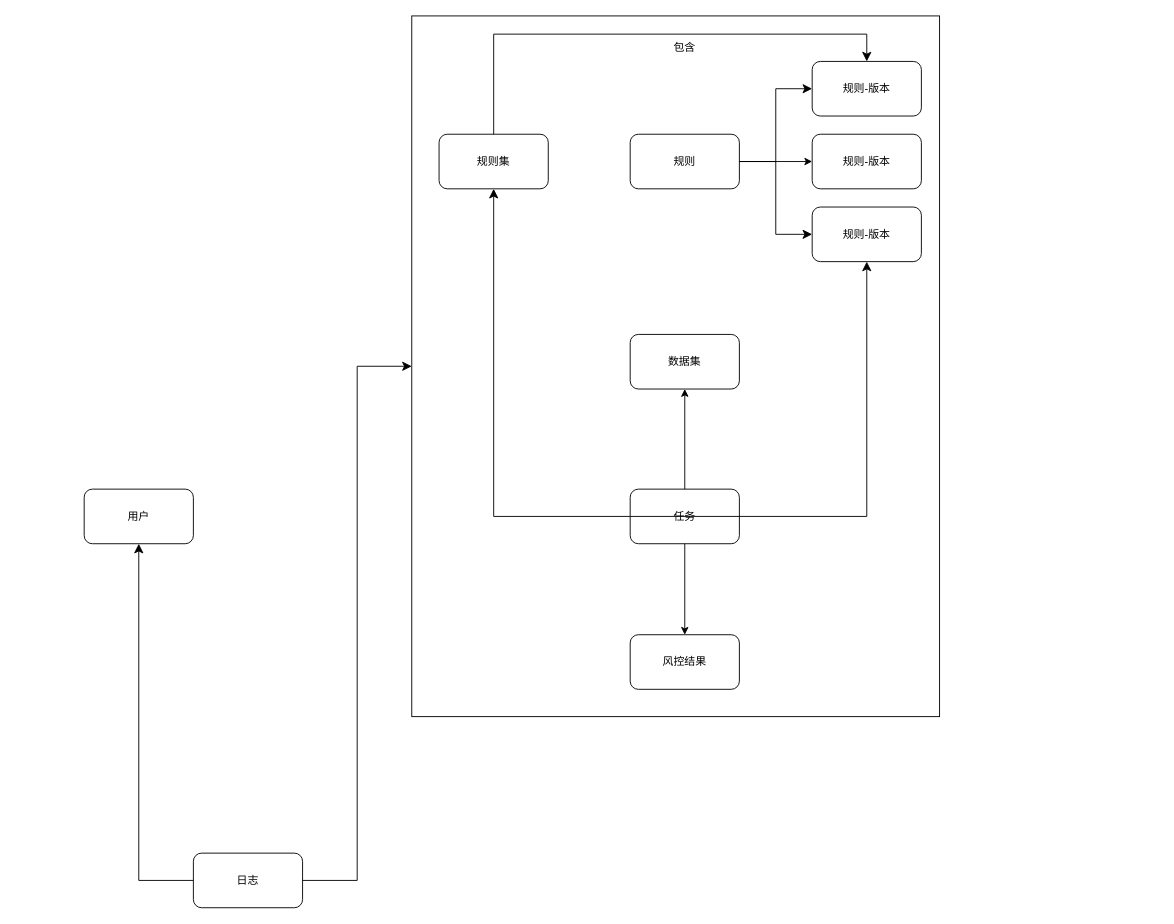
The draw.io diagram page "业务核心概念" (2 of 2) of 社保架构设计图.drawio in XiaoLiuAI/diagrams, before the edit. Source tidied: cells renumbered, new cells numbered last; positions are measured from the earlier drawing's top-left corner, leaving out a move shared by most shapes. Both pictures are drawn from the tidied source at 91%, with x=0, y=0 at pixel (84, 15).
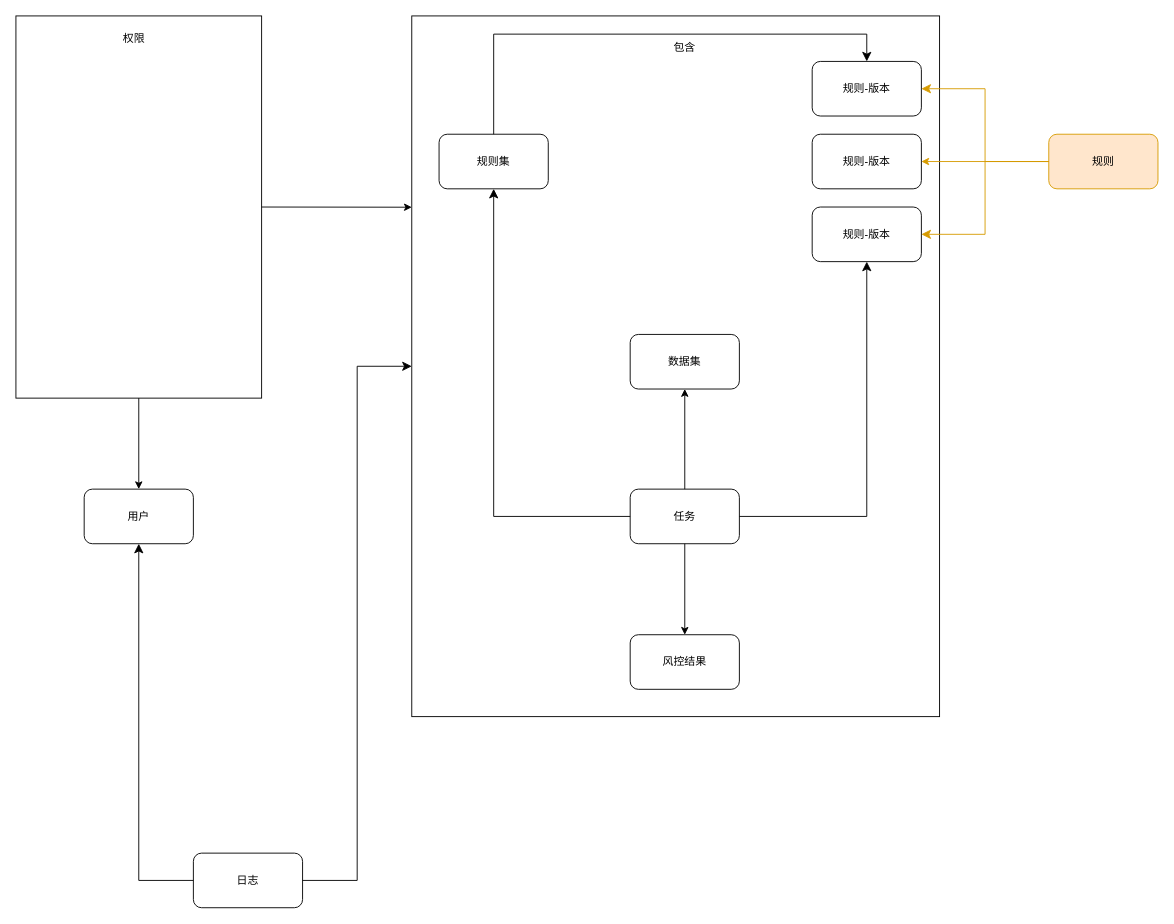
Above is the later version.

Commit message:
更新社保架构设计图.drawio

Unchanged cells that the change refers to:
```xml
<mxCell id="2" style="rounded=0;whiteSpace=wrap;html=1;" parent="1" vertex="1">
  <mxGeometry x="360" width="580" height="770" as="geometry" />
</mxCell>
<mxCell id="4" value="规则-版本" style="rounded=1;whiteSpace=wrap;html=1;" parent="1" vertex="1">
  <mxGeometry x="800" y="50" width="120" height="60" as="geometry" />
</mxCell>
<mxCell id="5" value="规则-版本" style="rounded=1;whiteSpace=wrap;html=1;" parent="1" vertex="1">
  <mxGeometry x="800" y="130" width="120" height="60" as="geometry" />
</mxCell>
<mxCell id="6" value="规则-版本" style="rounded=1;whiteSpace=wrap;html=1;" parent="1" vertex="1">
  <mxGeometry x="800" y="210" width="120" height="60" as="geometry" />
</mxCell>
<mxCell id="12" value="任务" style="rounded=1;whiteSpace=wrap;html=1;" parent="1" vertex="1">
  <mxGeometry x="600" y="520" width="120" height="60" as="geometry" />
</mxCell>
<mxCell id="13" value="用户" style="rounded=1;whiteSpace=wrap;html=1;" parent="1" vertex="1">
  <mxGeometry y="520" width="120" height="60" as="geometry" />
</mxCell>
```

The edit, as a diff of the source:
```diff
@@
-    <mxCell id="3" value="规则" style="rounded=1;whiteSpace=wrap;html=1;" parent="1" vertex="1">
-      <mxGeometry x="600" y="130" width="120" height="60" as="geometry" />
+    <mxCell id="3" value="规则" style="rounded=1;whiteSpace=wrap;html=1;fillColor=#ffe6cc;strokeColor=#D79B00;" parent="1" vertex="1">
+      <mxGeometry x="1060" y="130" width="120" height="60" as="geometry" />
     </mxCell>
@@
-    <mxCell id="7" style="edgeStyle=elbowEdgeStyle;elbow=horizontal;endArrow=classic;html=1;curved=0;rounded=0;endSize=8;startSize=8;entryX=0;entryY=0.5;entryDx=0;entryDy=0;exitX=1;exitY=0.5;exitDx=0;exitDy=0;" parent="1" edge="1" source="3" target="4">
+    <mxCell id="7" style="edgeStyle=elbowEdgeStyle;elbow=horizontal;endArrow=classic;html=1;curved=0;rounded=0;endSize=8;startSize=8;entryX=1;entryY=0.5;entryDx=0;entryDy=0;exitX=0;exitY=0.5;exitDx=0;exitDy=0;fillColor=#ffe6cc;strokeColor=#D79B00;" parent="1" edge="1" source="3" target="4">
       <mxGeometry relative="1" as="geometry" />
     </mxCell>
-    <mxCell id="8" style="endArrow=classic;html=1;rounded=0;entryX=0;entryY=0.5;entryDx=0;entryDy=0;exitX=1;exitY=0.5;exitDx=0;exitDy=0;" parent="1" edge="1" source="3" target="5">
+    <mxCell id="8" style="endArrow=classic;html=1;rounded=0;exitX=0;exitY=0.5;exitDx=0;exitDy=0;fillColor=#ffe6cc;strokeColor=#D79B00;" parent="1" edge="1" source="3" target="5">
       <mxGeometry relative="1" as="geometry" />
     </mxCell>
-    <mxCell id="9" style="edgeStyle=elbowEdgeStyle;elbow=horizontal;endArrow=classic;html=1;curved=0;rounded=0;endSize=8;startSize=8;entryX=0;entryY=0.5;entryDx=0;entryDy=0;exitX=1;exitY=0.5;exitDx=0;exitDy=0;" parent="1" edge="1" source="3" target="6">
+    <mxCell id="9" style="edgeStyle=elbowEdgeStyle;elbow=horizontal;endArrow=classic;html=1;curved=0;rounded=0;endSize=8;startSize=8;entryX=1;entryY=0.5;entryDx=0;entryDy=0;exitX=0;exitY=0.5;exitDx=0;exitDy=0;fillColor=#ffe6cc;strokeColor=#D79B00;" parent="1" edge="1" source="3" target="6">
       <mxGeometry relative="1" as="geometry" />
     </mxCell>
@@
-    <mxCell id="16" style="edgeStyle=elbowEdgeStyle;elbow=horizontal;endArrow=classic;html=1;curved=0;rounded=0;endSize=8;startSize=8;exitX=0;exitY=0.5;exitDx=0;exitDy=0;entryX=0.5;entryY=1;entryDx=0;entryDy=0;" parent="1" edge="1" source="12" target="6">
+    <mxCell id="16" style="edgeStyle=elbowEdgeStyle;elbow=horizontal;endArrow=classic;html=1;curved=0;rounded=0;endSize=8;startSize=8;entryX=0.5;entryY=1;entryDx=0;entryDy=0;" parent="1" edge="1" target="6">
       <mxGeometry relative="1" as="geometry">
+        <mxPoint x="720" y="550" as="sourcePoint" />
         <Array as="points">
           <mxPoint x="860" y="460" />
         </Array>
       </mxGeometry>
     </mxCell>
@@
+    <mxCell id="24" style="group;" parent="1" vertex="1">
+      <mxGeometry x="-75" width="270" height="420" as="geometry" />
+    </mxCell>
+    <mxCell id="25" style="rounded=0;whiteSpace=wrap;html=1;" parent="24" vertex="1">
+      <mxGeometry width="270" height="420" as="geometry" />
+    </mxCell>
+    <mxCell id="26" value="权限" style="text;html=1;strokeColor=none;fillColor=none;align=center;verticalAlign=middle;whiteSpace=wrap;rounded=0;" parent="24" vertex="1">
+      <mxGeometry x="100" y="10" width="60" height="30" as="geometry" />
+    </mxCell>
+    <mxCell id="27" style="endArrow=classic;html=1;rounded=0;exitX=1;exitY=0.5;exitDx=0;exitDy=0;entryX=0;entryY=0.273;entryDx=0;entryDy=0;entryPerimeter=0;" parent="1" edge="1" source="25" target="2">
+      <mxGeometry relative="1" as="geometry" />
+    </mxCell>
+    <mxCell id="28" style="endArrow=classic;html=1;rounded=0;exitX=0.5;exitY=1;exitDx=0;exitDy=0;entryX=0.5;entryY=0;entryDx=0;entryDy=0;" parent="1" edge="1" source="25" target="13">
+      <mxGeometry relative="1" as="geometry" />
+    </mxCell>
```
